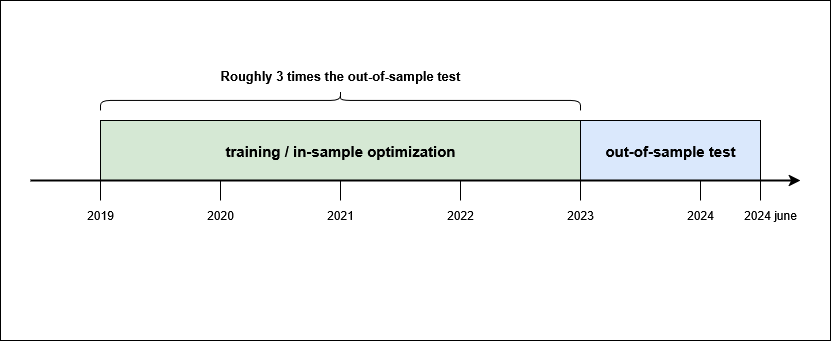
handiko/Trading-Strategy-Development-Example keeps this draw.io diagram as optimization-scheme.png. Above is the earlier version. Source tidied: cells renumbered, new cells last; positions are measured from the earlier drawing's top-left corner, leaving out a move shared by most shapes.
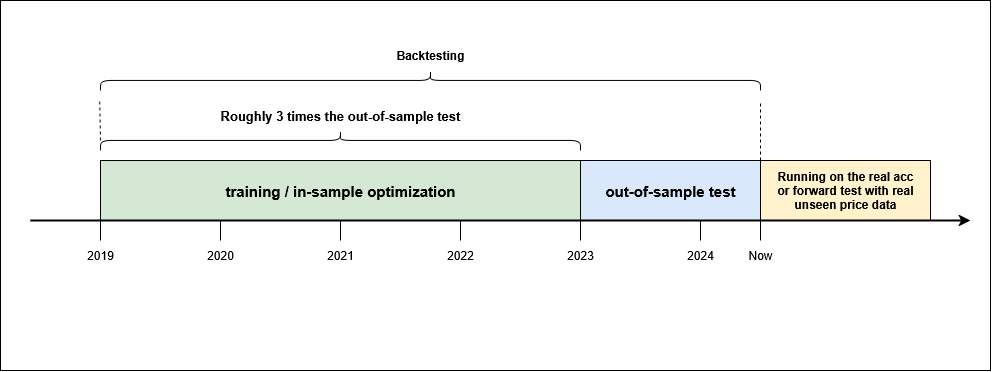
The same file after the commit.

Change to the diagram source:
```diff
@@ -3,7 +3,7 @@
     <mxCell id="0" />
     <mxCell id="1" parent="0" />
     <mxCell id="2" style="rounded=0;whiteSpace=wrap;html=1;fillColor=none;" parent="1" vertex="1">
-      <mxGeometry width="830" height="340" as="geometry" />
+      <mxGeometry y="-40" width="990" height="370" as="geometry" />
     </mxCell>
     <mxCell id="3" style="rounded=0;whiteSpace=wrap;html=1;fillColor=#d5e8d4;strokeColor=#000000;" parent="1" vertex="1">
       <mxGeometry x="100" y="120" width="480" height="60" as="geometry" />
@@ -50,12 +50,6 @@
     <mxCell id="11" style="rounded=0;whiteSpace=wrap;html=1;fillColor=#dae8fc;strokeColor=light-dark(#000000, #5c79a3);" parent="1" vertex="1">
       <mxGeometry x="580" y="120" width="180" height="60" as="geometry" />
     </mxCell>
-    <mxCell id="12" style="endArrow=classic;html=1;rounded=0;strokeWidth=2;" parent="1" edge="1">
-      <mxGeometry relative="1" as="geometry">
-        <mxPoint x="30" y="180" as="sourcePoint" />
-        <mxPoint x="800" y="180" as="targetPoint" />
-      </mxGeometry>
-    </mxCell>
     <mxCell id="13" value="2020" style="text;html=1;align=center;verticalAlign=middle;whiteSpace=wrap;rounded=0;" parent="1" vertex="1">
       <mxGeometry x="190" y="200" width="60" height="30" as="geometry" />
     </mxCell>
@@ -77,8 +71,8 @@
         <mxPoint x="760" y="180" as="targetPoint" />
       </mxGeometry>
     </mxCell>
-    <mxCell id="19" value="2024 june" style="text;html=1;align=center;verticalAlign=middle;whiteSpace=wrap;rounded=0;" parent="1" vertex="1">
-      <mxGeometry x="740" y="200" width="60" height="30" as="geometry" />
+    <mxCell id="19" value="Now" style="text;html=1;align=center;verticalAlign=middle;whiteSpace=wrap;rounded=0;" parent="1" vertex="1">
+      <mxGeometry x="730" y="200" width="60" height="30" as="geometry" />
     </mxCell>
     <mxCell id="20" value="&lt;b&gt;&lt;font style=&quot;font-size: 15px;&quot;&gt;training / in-sample optimization&lt;/font&gt;&lt;/b&gt;" style="text;html=1;align=center;verticalAlign=middle;whiteSpace=wrap;rounded=0;" parent="1" vertex="1">
       <mxGeometry x="220" y="135" width="240" height="30" as="geometry" />
@@ -92,5 +86,34 @@
     <mxCell id="23" value="&lt;font style=&quot;font-size: 13px;&quot;&gt;&lt;b&gt;Roughly 3 times the out-of-sample test&lt;/b&gt;&lt;/font&gt;" style="text;html=1;align=center;verticalAlign=middle;whiteSpace=wrap;rounded=0;" parent="1" vertex="1">
       <mxGeometry x="210" y="60" width="260" height="30" as="geometry" />
     </mxCell>
+    <mxCell id="24" style="rounded=0;whiteSpace=wrap;html=1;fillColor=#fff2cc;strokeColor=light-dark(#000000, #6d5100);" parent="1" vertex="1">
+      <mxGeometry x="760" y="120" width="170" height="60" as="geometry" />
+    </mxCell>
+    <mxCell id="12" style="endArrow=classic;html=1;rounded=0;strokeWidth=2;" parent="1" edge="1">
+      <mxGeometry relative="1" as="geometry">
+        <mxPoint x="30" y="180" as="sourcePoint" />
+        <mxPoint x="970" y="180" as="targetPoint" />
+      </mxGeometry>
+    </mxCell>
+    <mxCell id="25" value="&lt;b&gt;Running on the real acc or forward test with real unseen price data&lt;/b&gt;" style="text;html=1;align=center;verticalAlign=middle;whiteSpace=wrap;rounded=0;" parent="1" vertex="1">
+      <mxGeometry x="770" y="127.5" width="150" height="45" as="geometry" />
+    </mxCell>
+    <mxCell id="26" style="shape=curlyBracket;whiteSpace=wrap;html=1;rounded=1;flipH=1;labelPosition=right;verticalLabelPosition=middle;align=left;verticalAlign=middle;direction=south;" parent="1" vertex="1">
+      <mxGeometry x="100" y="30" width="660" height="20" as="geometry" />
+    </mxCell>
+    <mxCell id="27" style="endArrow=none;dashed=1;html=1;rounded=0;exitX=1;exitY=0;exitDx=0;exitDy=0;" parent="1" edge="1" source="11">
+      <mxGeometry relative="1" as="geometry">
+        <mxPoint x="760" y="60" as="targetPoint" />
+      </mxGeometry>
+    </mxCell>
+    <mxCell id="28" style="endArrow=none;dashed=1;html=1;rounded=0;" parent="1" edge="1">
+      <mxGeometry relative="1" as="geometry">
+        <mxPoint x="100" y="100" as="sourcePoint" />
+        <mxPoint x="99.2" y="60" as="targetPoint" />
+      </mxGeometry>
+    </mxCell>
+    <mxCell id="29" value="&lt;b&gt;Backtesting&lt;/b&gt;" style="text;html=1;align=center;verticalAlign=middle;whiteSpace=wrap;rounded=0;" parent="1" vertex="1">
+      <mxGeometry x="300" width="260" height="30" as="geometry" />
+    </mxCell>
   </root>
 </mxGraphModel>
```
